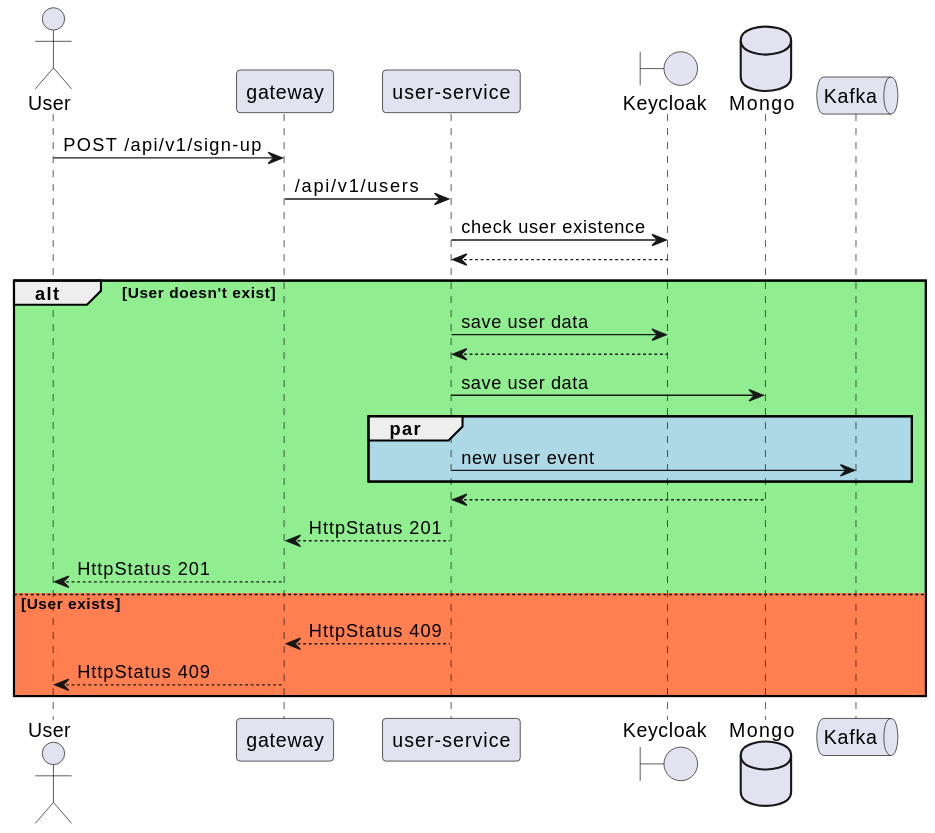
Earlier version of the PlantUML export hw-01/use-cases/user-sign-up/user-sign-up.svg (dalayLama/otus-microservice-2024-08).
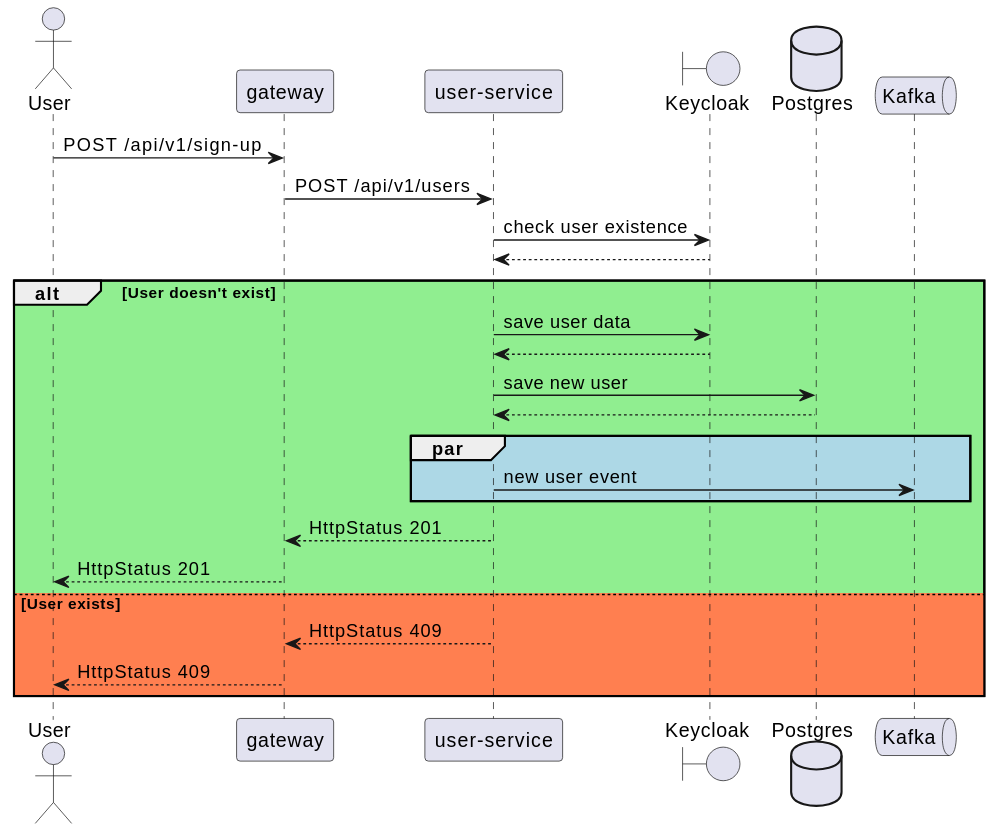
Later version of the same file.

The edit, as a diff of the source:
```diff
@@ -3,21 +3,21 @@
 participant "gateway" as gw
 participant "user-service" as us
 boundary "Keycloak" as kk
-database "Mongo" as user_db
+database "Postgres" as user_db
 queue "Kafka" as kafka
 
 user -> gw: POST /api/v1/sign-up
-gw -> us: /api/v1/users
+gw -> us: POST /api/v1/users
 us -> kk: check user existence
 kk --> us
 alt #lightgreen User doesn't exist
     us -> kk: save user data
     kk --> us
-    us -> user_db: save user data
+    us -> user_db: save new user
+    user_db --> us
     par #lightblue
         us -> kafka: new user event
     end
-    user_db --> us
     us --> gw: HttpStatus 201
     gw --> user: HttpStatus 201
 else #coral User exists
```
